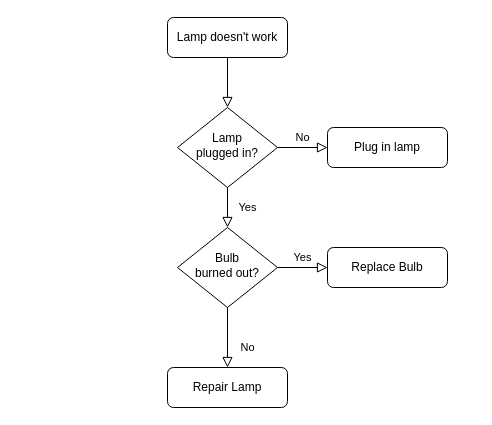
This is Untitled Diagram.drawio from emranmowahid/emran_mowahid, a draw.io file, before an edit. Source tidied: cells renumbered, new cells numbered last; positions are measured from the earlier drawing's top-left corner, leaving out a move shared by most shapes. Both pictures are drawn from the tidied source at 100%, with x=0, y=0 at pixel (167, 17).
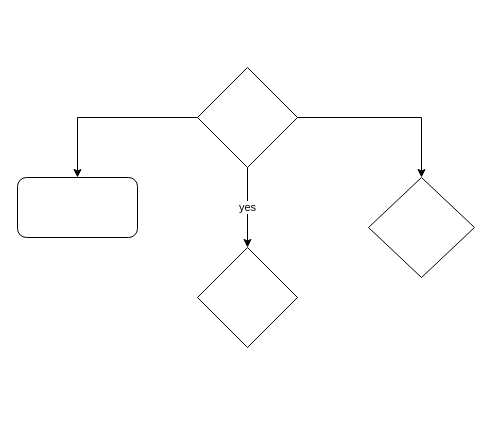
The same page after the edit.

Diff of the diagram source:
```diff
@@
 <mxGraphModel>
   <root>
     <mxCell id="0" />
     <mxCell id="1" parent="0" />
-    <mxCell id="2" style="rounded=0;html=1;jettySize=auto;fontSize=11;endArrow=block;endFill=0;endSize=8;strokeWidth=1;shadow=0;labelBackgroundColor=none;edgeStyle=orthogonalEdgeStyle;" parent="1" edge="1" source="3" target="6">
-      <mxGeometry relative="1" as="geometry" />
-    </mxCell>
-    <mxCell id="3" value="Lamp doesn't work" style="rounded=1;whiteSpace=wrap;html=1;fontSize=12;glass=0;strokeWidth=1;shadow=0;" parent="1" vertex="1">
-      <mxGeometry width="120" height="40" as="geometry" />
-    </mxCell>
-    <mxCell id="4" value="Yes" style="rounded=0;html=1;jettySize=auto;fontSize=11;endArrow=block;endFill=0;endSize=8;strokeWidth=1;shadow=0;labelBackgroundColor=none;edgeStyle=orthogonalEdgeStyle;" parent="1" edge="1" source="6" target="10">
-      <mxGeometry y="20" relative="1" as="geometry" />
-    </mxCell>
-    <mxCell id="5" value="No" style="edgeStyle=orthogonalEdgeStyle;rounded=0;html=1;jettySize=auto;fontSize=11;endArrow=block;endFill=0;endSize=8;strokeWidth=1;shadow=0;labelBackgroundColor=none;" parent="1" edge="1" source="6" target="7">
-      <mxGeometry y="10" relative="1" as="geometry" />
-    </mxCell>
-    <mxCell id="6" value="Lamp&lt;br&gt;plugged in?" style="rhombus;whiteSpace=wrap;html=1;shadow=0;fontFamily=Helvetica;fontSize=12;align=center;strokeWidth=1;spacing=6;spacingTop=-4;" parent="1" vertex="1">
-      <mxGeometry x="10" y="90" width="100" height="80" as="geometry" />
-    </mxCell>
-    <mxCell id="7" value="Plug in lamp" style="rounded=1;whiteSpace=wrap;html=1;fontSize=12;glass=0;strokeWidth=1;shadow=0;" parent="1" vertex="1">
-      <mxGeometry x="160" y="110" width="120" height="40" as="geometry" />
-    </mxCell>
-    <mxCell id="8" value="No" style="rounded=0;html=1;jettySize=auto;fontSize=11;endArrow=block;endFill=0;endSize=8;strokeWidth=1;shadow=0;labelBackgroundColor=none;edgeStyle=orthogonalEdgeStyle;" parent="1" edge="1" source="10" target="11">
-      <mxGeometry x="0.33" y="20" relative="1" as="geometry" />
-    </mxCell>
-    <mxCell id="9" value="Yes" style="edgeStyle=orthogonalEdgeStyle;rounded=0;html=1;jettySize=auto;fontSize=11;endArrow=block;endFill=0;endSize=8;strokeWidth=1;shadow=0;labelBackgroundColor=none;" parent="1" edge="1" source="10" target="12">
-      <mxGeometry y="10" relative="1" as="geometry" />
-    </mxCell>
-    <mxCell id="10" value="Bulb&lt;br&gt;burned out?" style="rhombus;whiteSpace=wrap;html=1;shadow=0;fontFamily=Helvetica;fontSize=12;align=center;strokeWidth=1;spacing=6;spacingTop=-4;" parent="1" vertex="1">
-      <mxGeometry x="10" y="210" width="100" height="80" as="geometry" />
-    </mxCell>
-    <mxCell id="11" value="Repair Lamp" style="rounded=1;whiteSpace=wrap;html=1;fontSize=12;glass=0;strokeWidth=1;shadow=0;" parent="1" vertex="1">
-      <mxGeometry y="350" width="120" height="40" as="geometry" />
-    </mxCell>
-    <mxCell id="12" value="Replace Bulb" style="rounded=1;whiteSpace=wrap;html=1;fontSize=12;glass=0;strokeWidth=1;shadow=0;" parent="1" vertex="1">
-      <mxGeometry x="160" y="230" width="120" height="40" as="geometry" />
-    </mxCell>
+    <mxCell id="13" value="yes" style="edgeStyle=orthogonalEdgeStyle;rounded=0;jettySize=auto;html=1;verticalAlign=middle;" parent="1" edge="1" source="16" target="17">
+      <mxGeometry relative="1" as="geometry" />
+    </mxCell>
+    <mxCell id="14" style="edgeStyle=orthogonalEdgeStyle;rounded=0;jettySize=auto;html=1;entryX=0.5;entryY=0;entryDx=0;entryDy=0;" parent="1" edge="1" source="16" target="19">
+      <mxGeometry relative="1" as="geometry" />
+    </mxCell>
+    <mxCell id="15" style="edgeStyle=orthogonalEdgeStyle;rounded=0;jettySize=auto;html=1;" parent="1" edge="1" source="16" target="18">
+      <mxGeometry relative="1" as="geometry" />
+    </mxCell>
+    <mxCell id="16" style="rhombus;whiteSpace=wrap;html=1;" parent="1" vertex="1">
+      <mxGeometry x="30" y="50" width="100" height="100" as="geometry" />
+    </mxCell>
+    <mxCell id="17" style="rhombus;whiteSpace=wrap;html=1;" parent="1" vertex="1">
+      <mxGeometry x="30" y="230" width="100" height="100" as="geometry" />
+    </mxCell>
+    <mxCell id="18" style="rounded=1;whiteSpace=wrap;html=1;" parent="1" vertex="1">
+      <mxGeometry x="-150" y="160" width="120" height="60" as="geometry" />
+    </mxCell>
+    <mxCell id="19" style="rhombus;whiteSpace=wrap;html=1;" parent="1" vertex="1">
+      <mxGeometry x="201" y="160" width="106" height="100" as="geometry" />
+    </mxCell>
   </root>
 </mxGraphModel>
```
